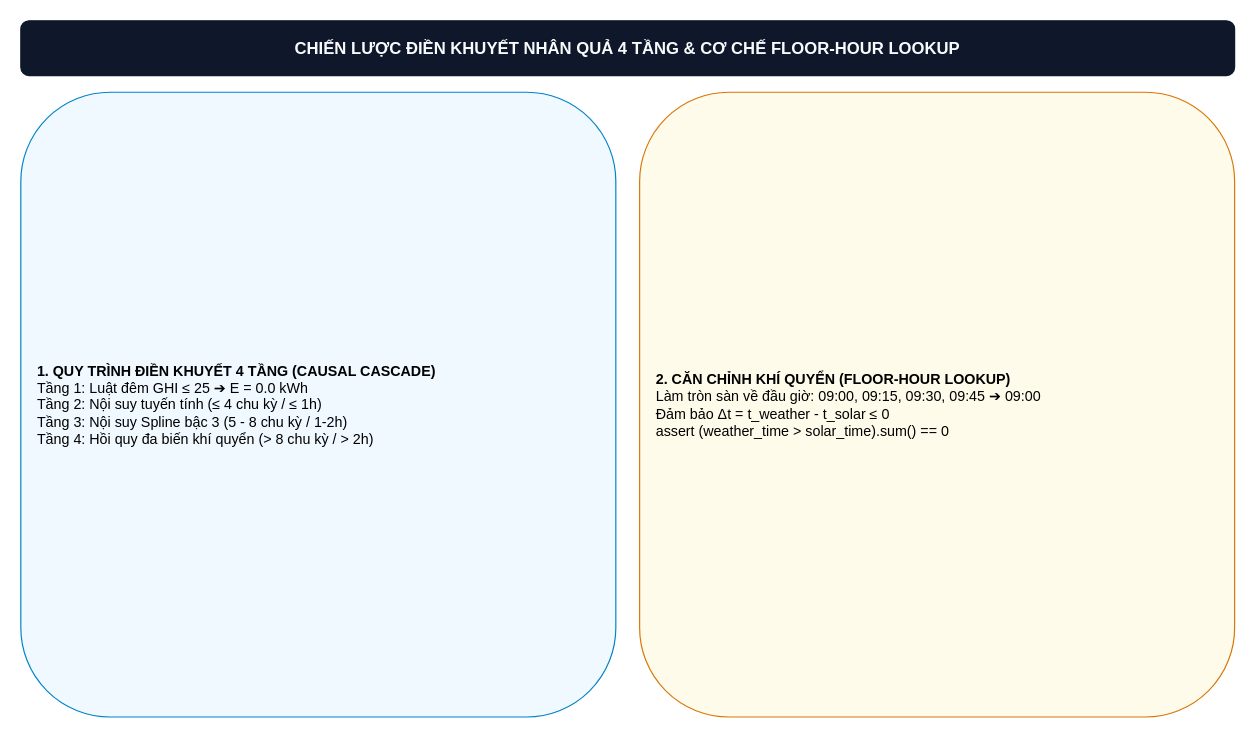
The draw.io diagram docs/scrum_8_project_delivery_defense/diagrams/diagram_2_4_causal_cascade_imputation.drawio in nguyenvunhut/solar-engergy, before the edit. Source tidied: cells renumbered, new cells numbered last; positions are measured from the earlier drawing's top-left corner, leaving out a move shared by most shapes. Both pictures are drawn from the tidied source at 119%, with x=0, y=0 at pixel (20, 20).
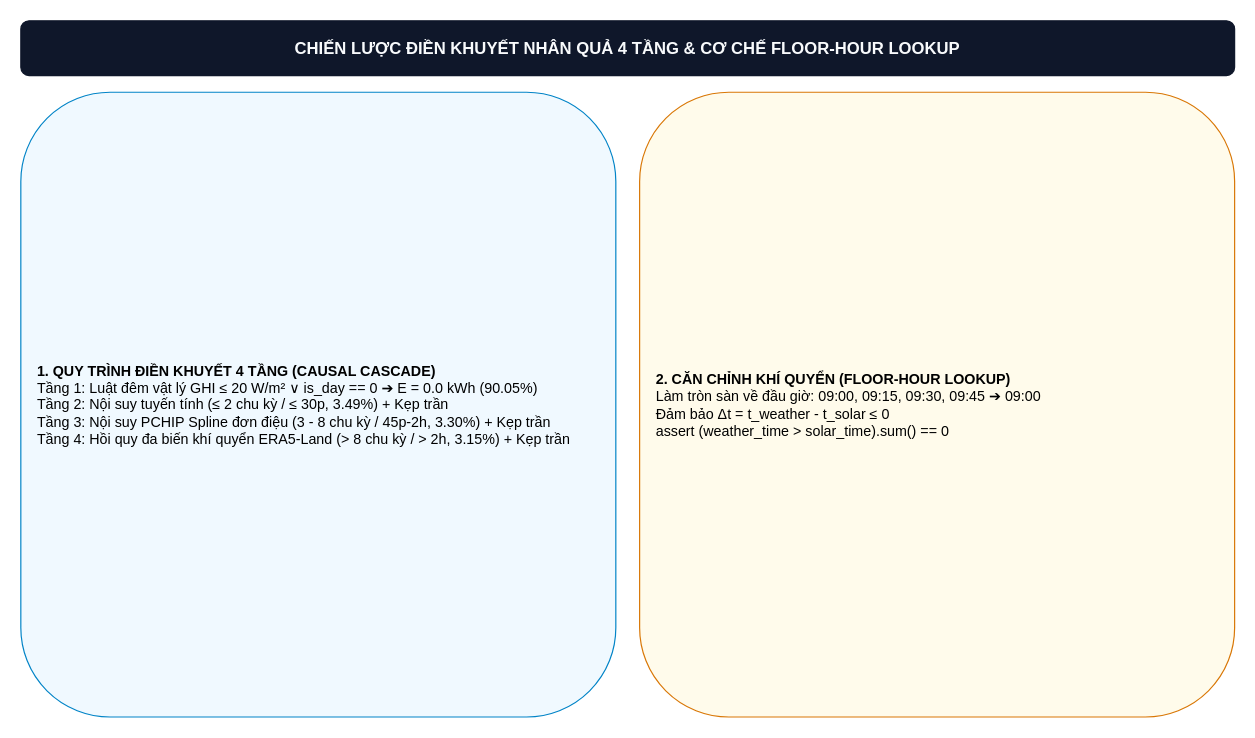
After the change.

Commit message (it also covers changes not shown here):
docs(reports): [SCRUM-8] cap nhat so do dien khuyet tang 3 pchip spline va dong bo cascade imputation

Change to the diagram source:
```diff
@@
 <mxGraphModel>
   <root>
     <mxCell id="0" />
     <mxCell id="1" parent="0" />
     <mxCell id="2" value="&lt;b&gt;CHIẾN LƯỢC ĐIỀN KHUYẾT NHÂN QUẢ 4 TẦNG &amp; CƠ CHẾ FLOOR-HOUR LOOKUP&lt;/b&gt;" style="rounded=1;whiteSpace=wrap;html=1;fillColor=#0F172A;strokeColor=#0F172A;fontColor=#F8FAFC;fontSize=14;" parent="1" vertex="1">
       <mxGeometry width="1020" height="46" as="geometry" />
     </mxCell>
-    <mxCell id="3" value="&lt;b&gt;1. QUY TRÌNH ĐIỀN KHUYẾT 4 TẦNG (CAUSAL CASCADE)&lt;/b&gt;&lt;br&gt;Tầng 1: Luật đêm GHI ≤ 25 ➔ E = 0.0 kWh&lt;br&gt;Tầng 2: Nội suy tuyến tính (≤ 4 chu kỳ / ≤ 1h)&lt;br&gt;Tầng 3: Nội suy Spline bậc 3 (5 - 8 chu kỳ / 1-2h)&lt;br&gt;Tầng 4: Hồi quy đa biến khí quyển (&gt; 8 chu kỳ / &gt; 2h)" style="rounded=1;whiteSpace=wrap;html=1;fillColor=#F0F9FF;strokeColor=#0284C7;align=left;spacingLeft=12;" parent="1" vertex="1">
+    <mxCell id="3" value="&lt;b&gt;1. QUY TRÌNH ĐIỀN KHUYẾT 4 TẦNG (CAUSAL CASCADE)&lt;/b&gt;&lt;br&gt;Tầng 1: Luật đêm vật lý GHI ≤ 20 W/m² ∨ is_day == 0 ➔ E = 0.0 kWh (90.05%)&lt;br&gt;Tầng 2: Nội suy tuyến tính (≤ 2 chu kỳ / ≤ 30p, 3.49%) + Kẹp trần&lt;br&gt;Tầng 3: Nội suy PCHIP Spline đơn điệu (3 - 8 chu kỳ / 45p-2h, 3.30%) + Kẹp trần&lt;br&gt;Tầng 4: Hồi quy đa biến khí quyển ERA5-Land (&gt; 8 chu kỳ / &gt; 2h, 3.15%) + Kẹp trần" style="rounded=1;whiteSpace=wrap;html=1;fillColor=#F0F9FF;strokeColor=#0284C7;align=left;spacingLeft=12;" parent="1" vertex="1">
       <mxGeometry y="60" width="500" height="525" as="geometry" />
     </mxCell>
     <mxCell id="4" value="&lt;b&gt;2. CĂN CHỈNH KHÍ QUYỂN (FLOOR-HOUR LOOKUP)&lt;/b&gt;&lt;br&gt;Làm tròn sàn về đầu giờ: 09:00, 09:15, 09:30, 09:45 ➔ 09:00&lt;br&gt;Đảm bảo Δt = t_weather - t_solar ≤ 0&lt;br&gt;assert (weather_time &gt; solar_time).sum() == 0" style="rounded=1;whiteSpace=wrap;html=1;fillColor=#FFFBEB;strokeColor=#D97706;align=left;spacingLeft=12;" parent="1" vertex="1">
       <mxGeometry x="520" y="60" width="500" height="525" as="geometry" />
     </mxCell>
   </root>
 </mxGraphModel>
```
